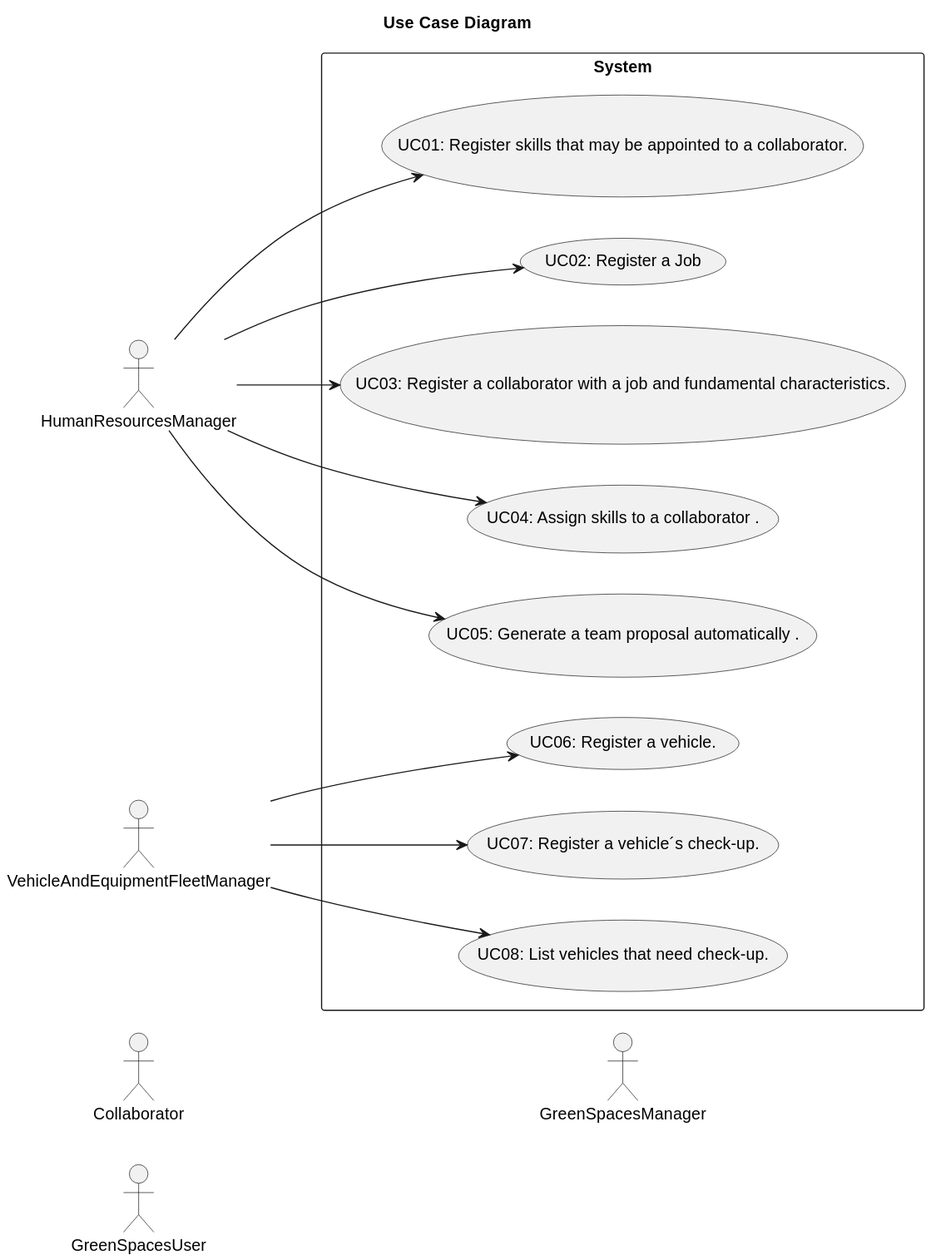
Before: docs/sprintA/global-artifacts/01.requirements-engineering/svg/use-case-diagram.svg, a diagram exported from PlantUML (Departamento-de-Engenharia-Informatica/lei-24-s2-1db-g022).
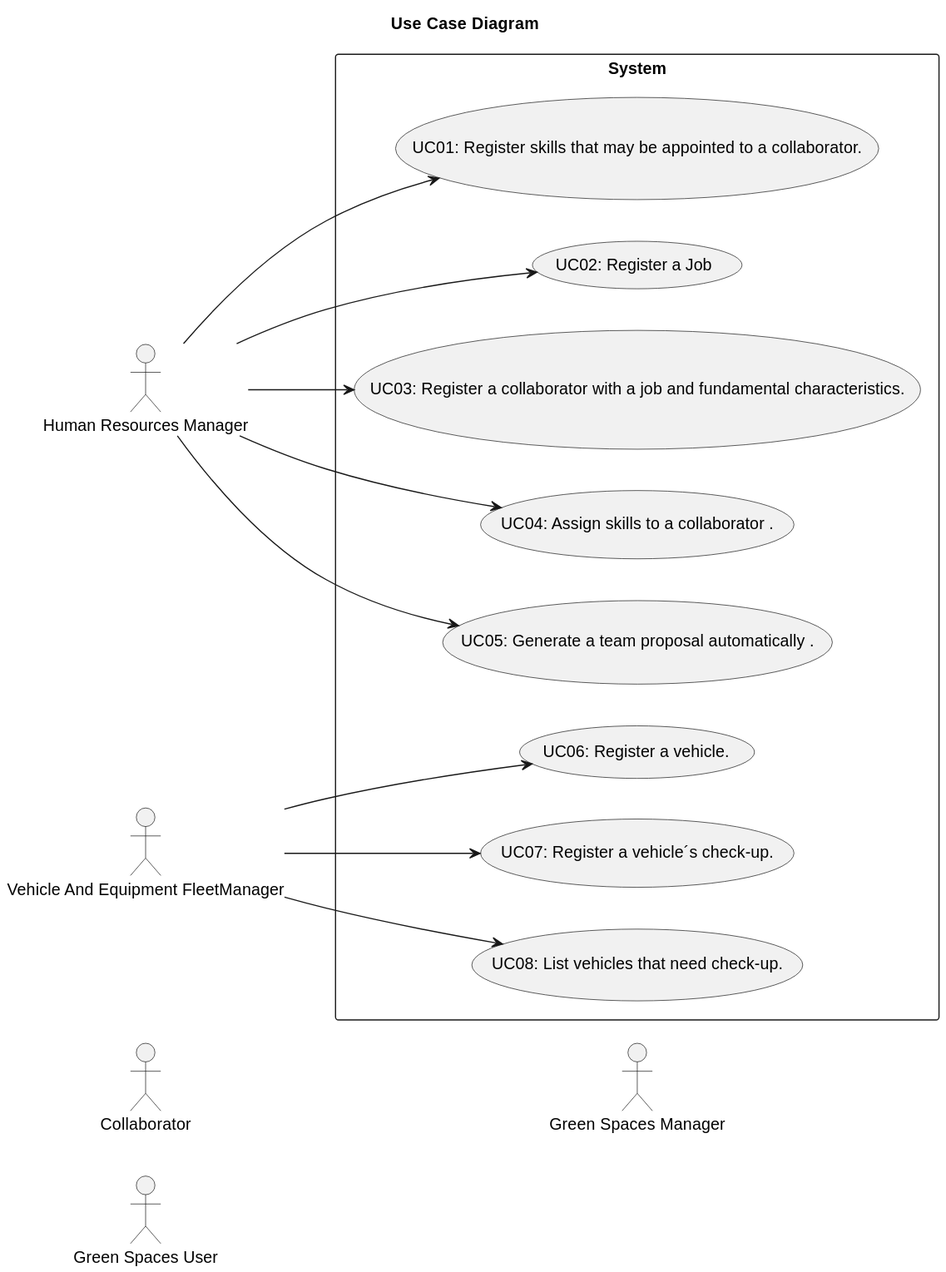
The same file after the commit.

Commit message:
Update Use Case Diagram: - Changing the actors' names.

Diff of the diagram source:
```diff
@@ -5,11 +5,11 @@
 
 left to right direction
 
-    actor HumanResourcesManager
-    actor VehicleAndEquipmentFleetManager
+    actor "Human Resources Manager" as HumanResourcesManager
+    actor "Vehicle And Equipment FleetManager" as VehicleAndEquipmentFleetManager
     actor Collaborator
-    actor GreenSpacesUser
-    actor GreenSpacesManager
+    actor "Green Spaces User" as GreenSpacesUser
+    actor "Green Spaces Manager" as GreenSpacesManager
 
 rectangle System {
     usecase "UC01: Register skills that may be appointed to a collaborator." as UC01
@@ -31,7 +31,4 @@
 
 
 }
-
-
-
 @enduml
```
